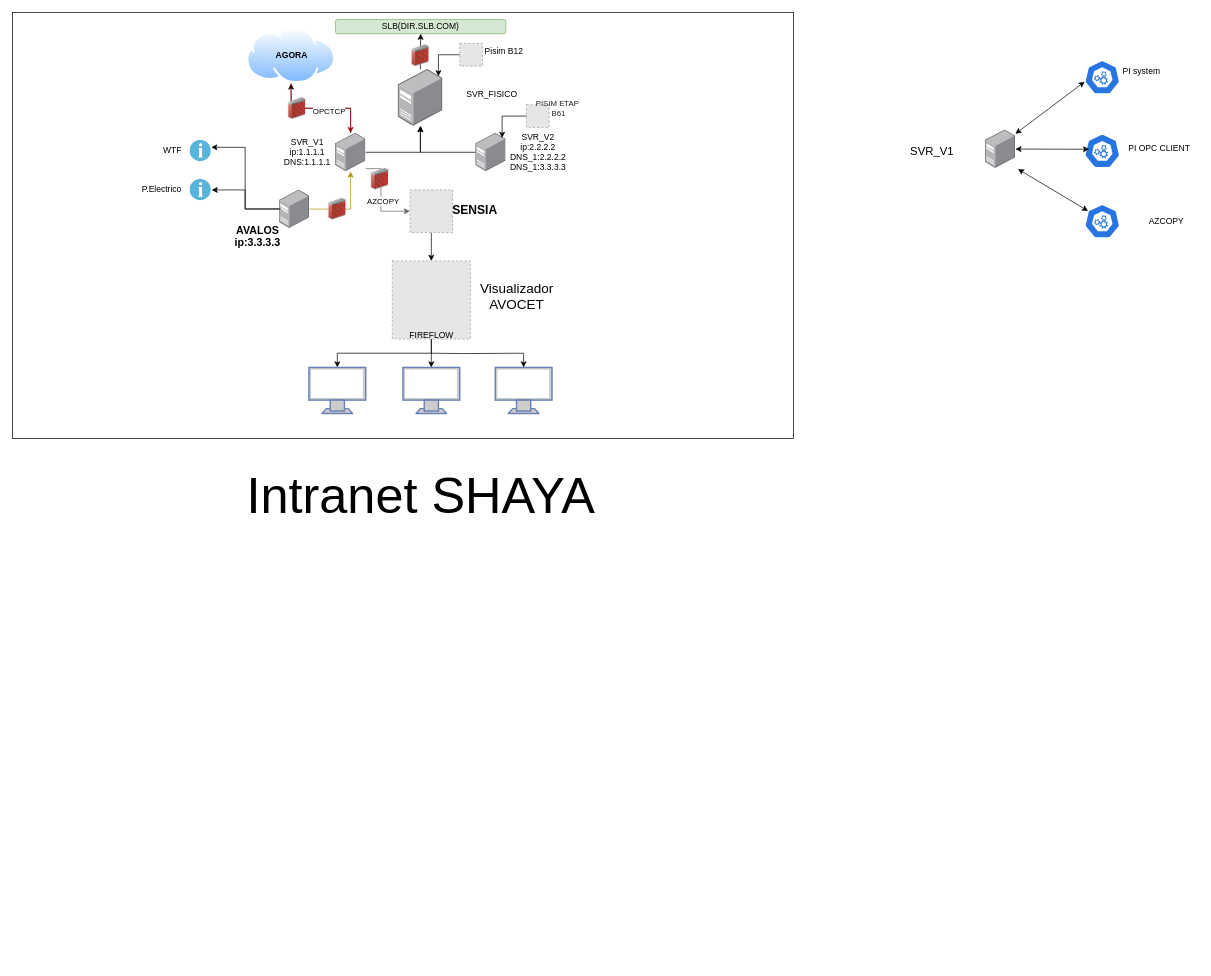
The draw.io diagram Untitled Diagram.drawio in Kleberslb/Diagramas, before the edit. Source tidied: cells renumbered, new cells numbered last; positions are measured from the earlier drawing's top-left corner, leaving out a move shared by most shapes. Both pictures are drawn from the tidied source at 71%, with x=0, y=0 at pixel (12, 12). Pictures stored in the file or linked from it are replaced by grey dashed boxes.
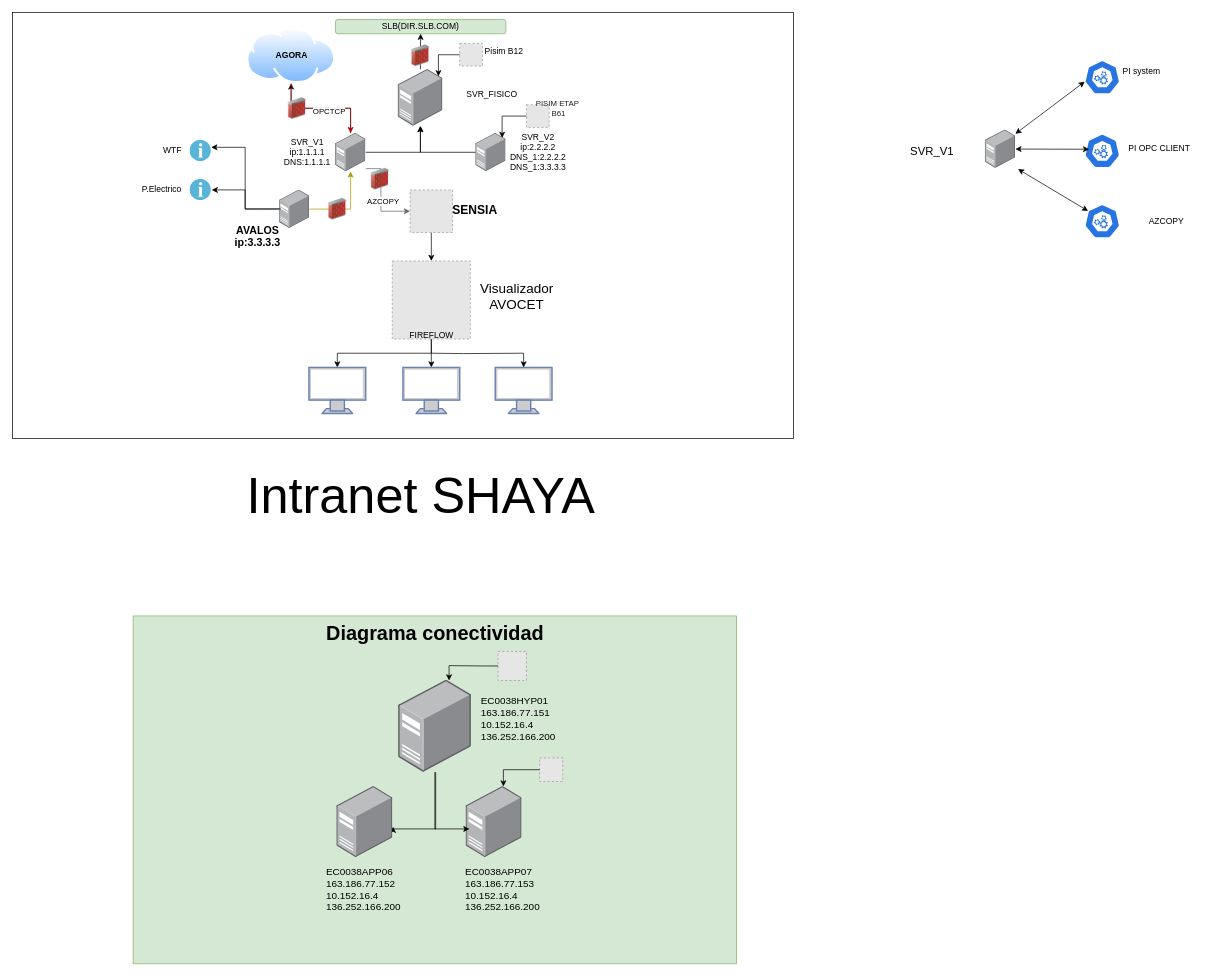
The same page after the edit.

Change to the diagram source:
```diff
@@
+    <mxCell id="63" style="whiteSpace=wrap;html=1;fillColor=#d5e8d4;strokeColor=#82b366;" parent="1" vertex="1">
+      <mxGeometry x="170" y="850" width="850" height="490" as="geometry" />
+    </mxCell>
+    <mxCell id="64" value="Diagrama conectividad" style="text;html=1;align=center;verticalAlign=middle;strokeColor=none;fillColor=none;fontSize=28;fontStyle=1;" parent="1" vertex="1">
+      <mxGeometry x="440" y="850" width="310" height="50" as="geometry" />
+    </mxCell>
+    <mxCell id="65" style="edgeStyle=orthogonalEdgeStyle;rounded=0;orthogonalLoop=1;jettySize=auto;html=1;entryX=0.97;entryY=0.569;entryDx=0;entryDy=0;entryPerimeter=0;" parent="1" edge="1">
+      <mxGeometry relative="1" as="geometry">
+        <mxPoint x="596.1" y="1070" as="sourcePoint" />
+        <mxPoint x="536.1" y="1146.9" as="targetPoint" />
+        <Array as="points">
+          <mxPoint x="595.7" y="1150" />
+          <mxPoint x="535.7" y="1150" />
+        </Array>
+      </mxGeometry>
+    </mxCell>
+    <mxCell id="66" style="image;points=[];html=1;align=center;shadow=0;dashed=0;image=img/lib/allied_telesis/computer_and_terminals/Server_Desktop.svg;" parent="1" vertex="1">
+      <mxGeometry x="543.7" y="940" width="102.6" height="130" as="geometry" />
+    </mxCell>
+    <mxCell id="67" style="image;html=1;align=center;shadow=0;dashed=0;image=img/lib/allied_telesis/computer_and_terminals/Server_Desktop.svg;" parent="1" vertex="1">
+      <mxGeometry x="456.7" y="1090" width="78.9" height="100" as="geometry" />
+    </mxCell>
+    <mxCell id="68" style="image;points=[];html=1;align=center;shadow=0;dashed=0;image=img/lib/allied_telesis/computer_and_terminals/Server_Desktop.svg;" parent="1" vertex="1">
+      <mxGeometry x="638.7" y="1090" width="78.9" height="100" as="geometry" />
+    </mxCell>
+    <mxCell id="69" value="EC0038APP06&lt;div&gt;163.186.77.152&lt;/div&gt;&lt;div&gt;10.152.16.4&lt;/div&gt;&lt;div&gt;136.252.166.200&lt;/div&gt;" style="text;html=1;align=left;verticalAlign=middle;whiteSpace=wrap;rounded=0;fontSize=14;" parent="1" vertex="1">
+      <mxGeometry x="440.4" y="1220" width="60" height="30" as="geometry" />
+    </mxCell>
+    <mxCell id="70" value="EC0038APP07&lt;div&gt;163.186.77.153&lt;/div&gt;&lt;div&gt;10.152.16.4&lt;/div&gt;&lt;div&gt;136.252.166.200&lt;/div&gt;" style="text;html=1;align=left;verticalAlign=middle;whiteSpace=wrap;rounded=0;fontSize=14;" parent="1" vertex="1">
+      <mxGeometry x="636.1" y="1220" width="60" height="30" as="geometry" />
+    </mxCell>
+    <mxCell id="71" value="EC0038HYP01&lt;div&gt;163.186.77.151&lt;/div&gt;&lt;div&gt;10.152.16.4&lt;/div&gt;&lt;div&gt;136.252.166.200&lt;/div&gt;" style="text;html=1;align=left;verticalAlign=middle;whiteSpace=wrap;rounded=0;fontSize=14;" parent="1" vertex="1">
+      <mxGeometry x="657.6" y="980" width="60" height="30" as="geometry" />
+    </mxCell>
+    <mxCell id="72" style="edgeStyle=orthogonalEdgeStyle;rounded=0;jettySize=auto;html=1;" parent="1" edge="1" source="66">
+      <mxGeometry relative="1" as="geometry">
+        <mxPoint x="643.7" y="1150" as="targetPoint" />
+        <Array as="points">
+          <mxPoint x="594.7" y="1150" />
+        </Array>
+      </mxGeometry>
+    </mxCell>
+    <mxCell id="73" style="fillColor=#E6E6E6;strokeColor=#999999;dashed=1;verticalLabelPosition=bottom;labelBackgroundColor=default;verticalAlign=top;" parent="1" vertex="1">
+      <mxGeometry x="742.6" y="1050" width="32.4" height="33.2" as="geometry" />
+    </mxCell>
+    <mxCell id="74" style="fillColor=#E6E6E6;strokeColor=#999999;dashed=1;verticalLabelPosition=bottom;labelBackgroundColor=default;verticalAlign=top;" parent="1" vertex="1">
+      <mxGeometry x="684" y="900" width="40" height="41" as="geometry" />
+    </mxCell>
+    <mxCell id="75" style="edgeStyle=orthogonalEdgeStyle;rounded=0;jettySize=auto;html=1;entryX=0.695;entryY=0.007;entryDx=0;entryDy=0;entryPerimeter=0;" parent="1" edge="1" source="74" target="66">
+      <mxGeometry relative="1" as="geometry" />
+    </mxCell>
+    <mxCell id="76" style="edgeStyle=orthogonalEdgeStyle;rounded=0;jettySize=auto;html=1;entryX=0.669;entryY=0.002;entryDx=0;entryDy=0;entryPerimeter=0;" parent="1" edge="1" source="73" target="68">
+      <mxGeometry relative="1" as="geometry" />
+    </mxCell>
```
